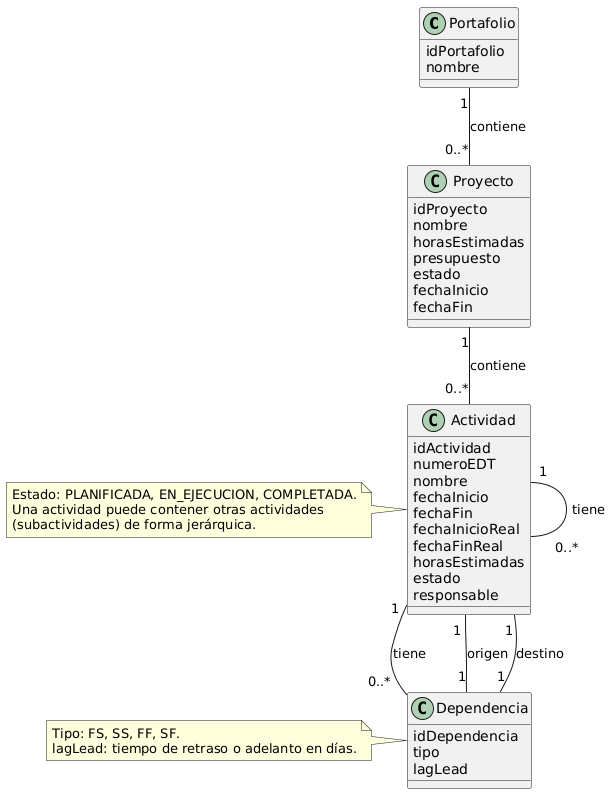
This is docs/img/mdd.png from Valentino-Carmona/PMTool, a PlantUML export, as it was before one commit.
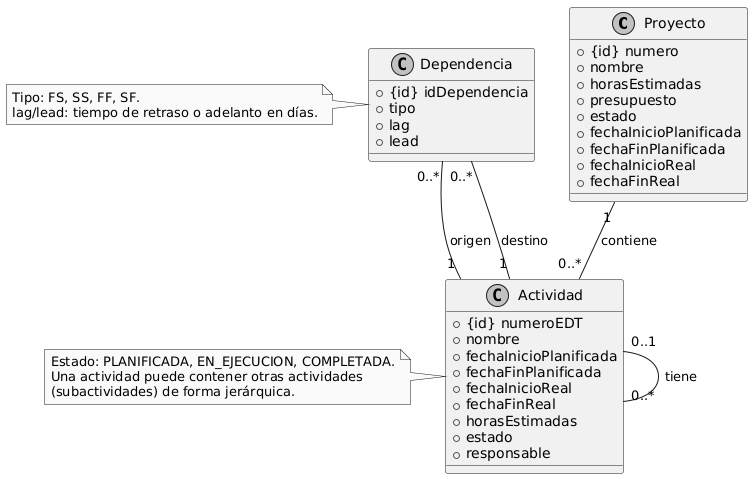
Above is the later version.

Change to the diagram source:
```diff
@@ -1,45 +1,42 @@
 @startuml
+skinparam monochrome true
 
-class Portafolio {
-  idPortafolio
-  nombre
-}
 
 class Proyecto {
-  idProyecto
-  nombre
-  horasEstimadas
-  presupuesto
-  estado
-  fechaInicio
-  fechaFin
+  + {id} numero
+  + nombre
+  + horasEstimadas
+  + presupuesto
+  + estado
+  + fechaInicioPlanificada
+  + fechaFinPlanificada
+  + fechaInicioReal
+  + fechaFinReal
 }
 
 class Actividad {
-  idActividad
-  numeroEDT
-  nombre
-  fechaInicio
-  fechaFin
-  fechaInicioReal
-  fechaFinReal
-  horasEstimadas
-  estado
-  responsable
+  + {id} numeroEDT
+  + nombre
+  + fechaInicioPlanificada
+  + fechaFinPlanificada
+  + fechaInicioReal
+  + fechaFinReal
+  + horasEstimadas
+  + estado
+  + responsable
 }
 
 class Dependencia {
-  idDependencia
-  tipo
-  lagLead
+  + {id} idDependencia
+  + tipo
+  + lag
+  + lead
 }
 
-Portafolio "1" -- "0..*" Proyecto : contiene
 Proyecto "1" -- "0..*" Actividad : contiene
-Actividad "1" -- "    0..*" Actividad : tiene
-Actividad "1" -- "0..*  " Dependencia : tiene
-Dependencia "1" -- "1 " Actividad : origen
-Dependencia "1" -- "1 " Actividad : destino
+Actividad "0..1" -- "0..*" Actividad : tiene
+Dependencia "0..*" -- "1" Actividad : origen
+Dependencia "0..*" -- "1" Actividad : destino
 
 note left of Actividad
   Estado: PLANIFICADA, EN_EJECUCION, COMPLETADA.
@@ -49,6 +46,6 @@
 
 note left of Dependencia
   Tipo: FS, SS, FF, SF.
-  lagLead: tiempo de retraso o adelanto en días.
+  lag/lead: tiempo de retraso o adelanto en días.
 end note
 @enduml
```
